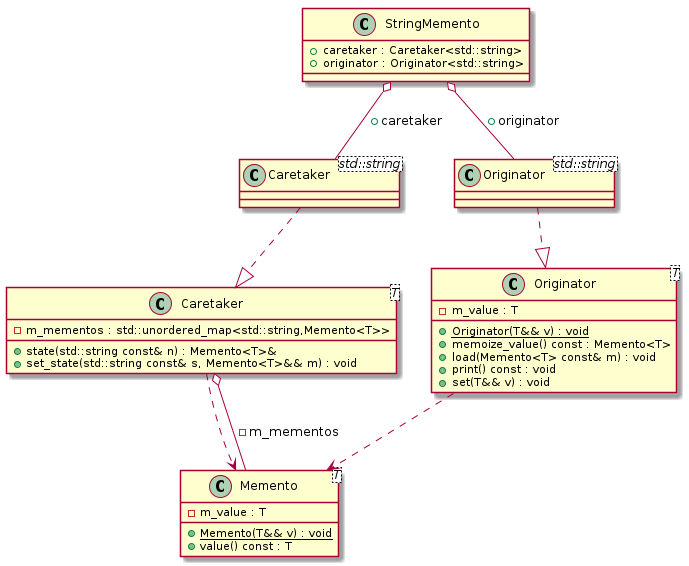
The PlantUML diagram docs/test_cases/t00026_class.png in bkryza/clang-uml, before a commit.
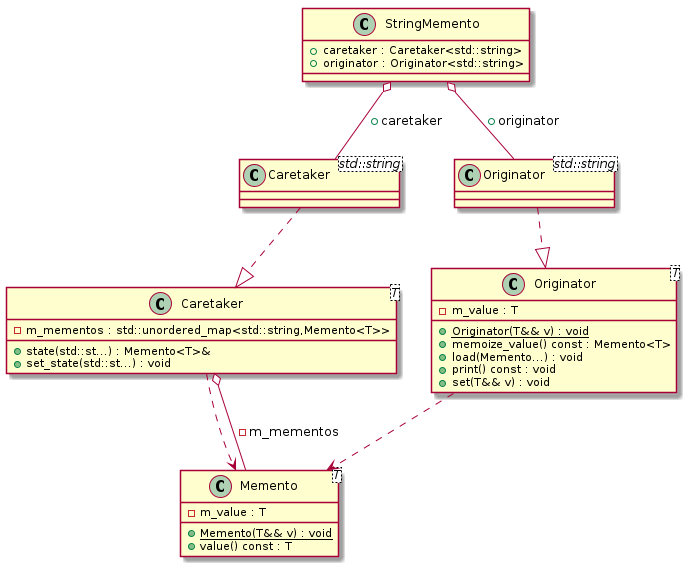
Above is the later version.

The edit, as a diff of the source:
```diff
@@ -20,7 +20,7 @@
 class C_0000000395 {
 {static} +Originator(T&& v) : void
 +memoize_value() const : Memento<T>
-+load(Memento<T> const& m) : void
++load(Memento...) : void
 +print() const : void
 +set(T&& v) : void
 -m_value : T
@@ -28,8 +28,8 @@
 C_0000000395 ..> C_0000000393
 
 class C_0000000399 {
-+state(std::string const& n) : Memento<T>&
-+set_state(std::string const& s, Memento<T>&& m) : void
++state(std::st...) : Memento<T>&
++set_state(std::st...) : void
 -m_mementos : std::unordered_map<std::string,Memento<T>>
 }
 C_0000000399 ..> C_0000000393
```
